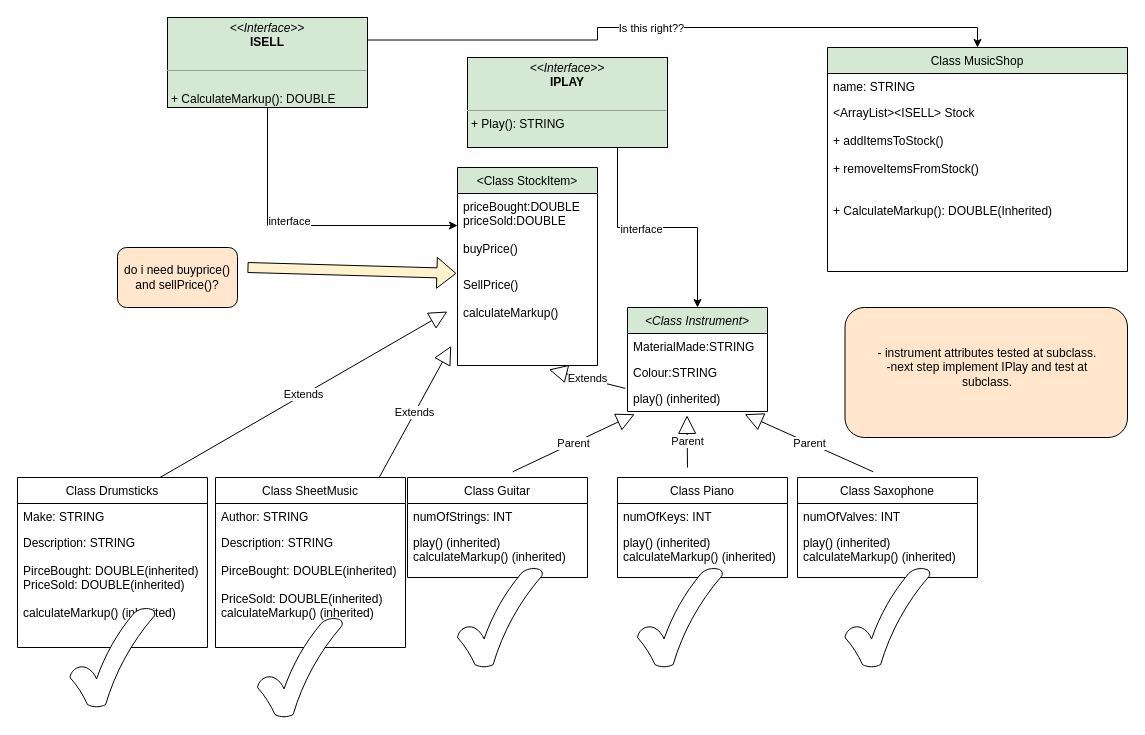
Above: music_shop.drawio in CodeScott00/MusicShop-Interfaces-abstract-classes (draw.io), before the change. Source tidied: cells renumbered, new cells numbered last; positions are measured from the earlier drawing's top-left corner, leaving out a move shared by most shapes. Both pictures are drawn from the tidied source at 100%, with x=0, y=0 at pixel (17, 17).
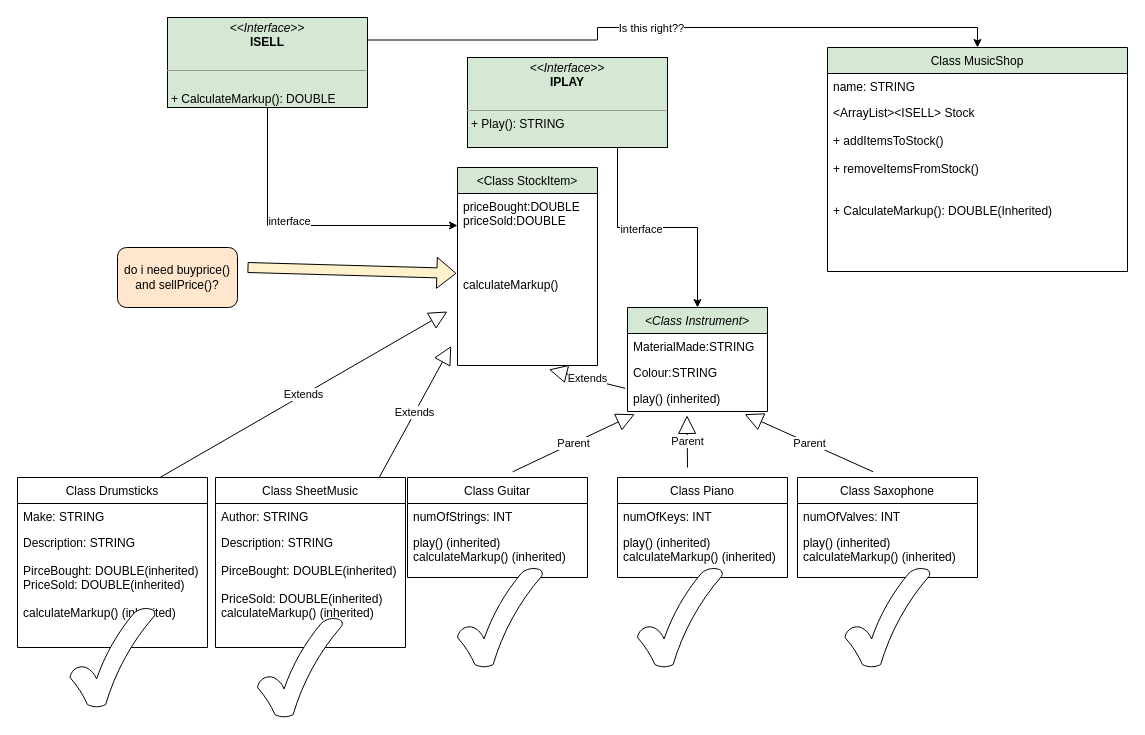
After the change.

Unchanged cells that the change refers to:
```xml
<mxCell id="36" value="&lt;Class StockItem&gt;" style="swimlane;fontStyle=0;horizontal=1;startSize=26;fillColor=#D5E8D4;" parent="1" vertex="1">
  <mxGeometry x="440" y="150" width="140" height="198" as="geometry" />
</mxCell>
```

The edit, as a diff of the source:
```diff
@@
-    <mxCell id="37" value="priceBought:DOUBLE&#10;priceSold:DOUBLE&#10;&#10;buyPrice()" style="text;strokeColor=none;fillColor=none;align=left;verticalAlign=top;spacingLeft=4;spacingRight=4;overflow=hidden;points=[[0,0.5],[1,0.5]];portConstraint=eastwest;" parent="36" vertex="1">
+    <mxCell id="37" value="priceBought:DOUBLE&#10;priceSold:DOUBLE&#10;" style="text;strokeColor=none;fillColor=none;align=left;verticalAlign=top;spacingLeft=4;spacingRight=4;overflow=hidden;points=[[0,0.5],[1,0.5]];portConstraint=eastwest;" parent="36" vertex="1">
       <mxGeometry y="26" width="140" height="64" as="geometry" />
     </mxCell>
-    <mxCell id="38" value="&#10;SellPrice()&#10;&#10;calculateMarkup()" style="text;strokeColor=none;fillColor=none;align=left;verticalAlign=top;spacingLeft=4;spacingRight=4;overflow=hidden;points=[[0,0.5],[1,0.5]];portConstraint=eastwest;" parent="36" vertex="1">
+    <mxCell id="38" value="&#10;calculateMarkup()" style="text;strokeColor=none;fillColor=none;align=left;verticalAlign=top;spacingLeft=4;spacingRight=4;overflow=hidden;points=[[0,0.5],[1,0.5]];portConstraint=eastwest;" parent="36" vertex="1">
       <mxGeometry y="90" width="140" height="108" as="geometry" />
     </mxCell>
@@
-    <mxCell id="47" style="rounded=1;whiteSpace=wrap;html=1;fillColor=#FFE6CC;" parent="1" vertex="1">
-      <mxGeometry x="827.5" y="290" width="282.5" height="130" as="geometry" />
-    </mxCell>
-    <mxCell id="48" value="- instrument attributes tested at subclass.&lt;br&gt;-next step implement IPlay and test at subclass." style="text;html=1;strokeColor=none;fillColor=none;align=center;verticalAlign=middle;whiteSpace=wrap;rounded=0;" parent="1" vertex="1">
-      <mxGeometry x="850" y="300" width="240" height="100" as="geometry" />
-    </mxCell>
```
